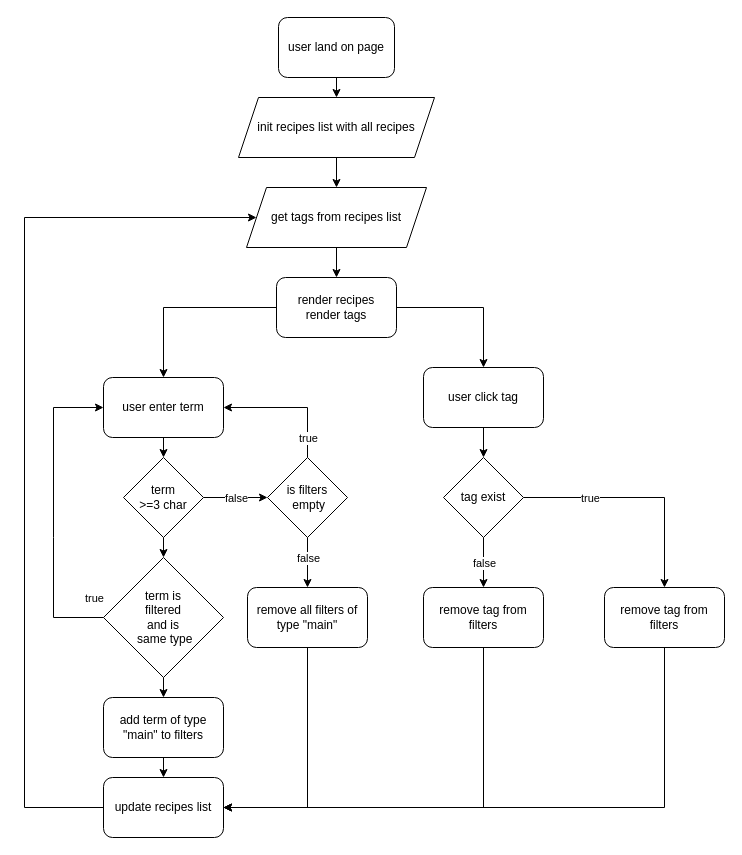
Before: mission/algorigramme.drawio in joskapotin/joskapotin_07_01102021, a draw.io diagram. Source tidied: cells renumbered, new cells numbered last; positions are measured from the earlier drawing's top-left corner, leaving out a move shared by most shapes. Both pictures are drawn from the tidied source at 100%, with x=0, y=0 at pixel (24, 17).
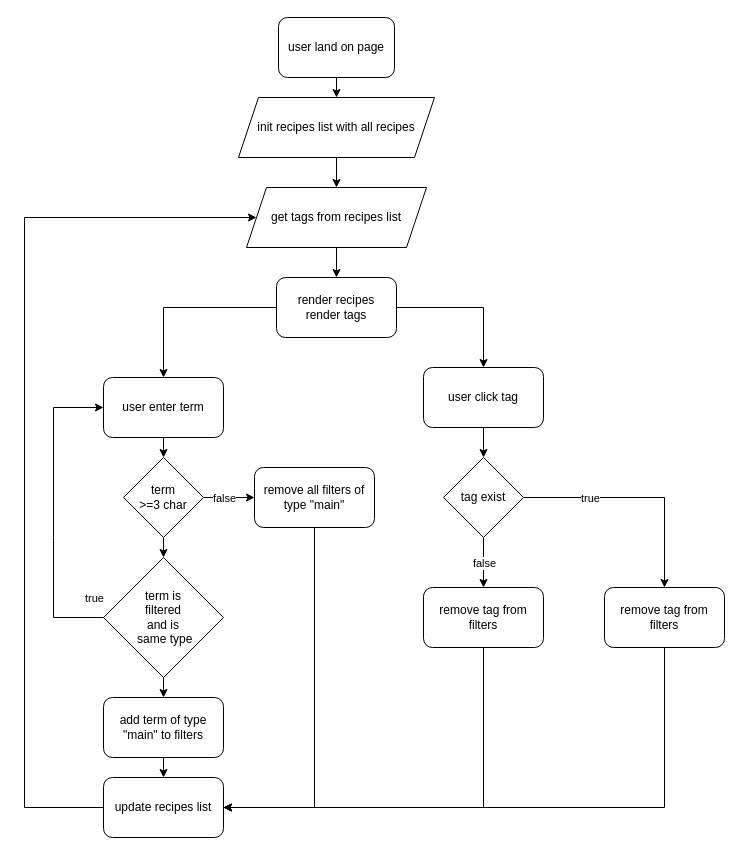
The same diagram, later.

The change refers to these unchanged cells:
```xml
<mxCell id="2" value="user enter term" style="rounded=1;whiteSpace=wrap;html=1;" parent="1" vertex="1">
  <mxGeometry x="79" y="360" width="120" height="60" as="geometry" />
</mxCell>
<mxCell id="3" value="term&lt;br&gt;&amp;gt;=3 char" style="rhombus;whiteSpace=wrap;html=1;" parent="1" vertex="1">
  <mxGeometry x="99" y="440" width="80" height="80" as="geometry" />
</mxCell>
<mxCell id="7" value="update recipes list" style="rounded=1;whiteSpace=wrap;html=1;" parent="1" vertex="1">
  <mxGeometry x="79" y="760" width="120" height="60" as="geometry" />
</mxCell>
```

What changed in the source:
```diff
@@
-    <mxCell id="14" value="is filters&lt;br&gt;&amp;nbsp;empty" style="rhombus;whiteSpace=wrap;html=1;" parent="1" vertex="1">
-      <mxGeometry x="243" y="440" width="80" height="80" as="geometry" />
-    </mxCell>
-    <mxCell id="15" style="endArrow=classic;html=1;exitX=1;exitY=0.5;exitDx=0;exitDy=0;entryX=0;entryY=0.5;entryDx=0;entryDy=0;" parent="1" edge="1" source="3" target="14">
+    <mxCell id="15" style="endArrow=classic;html=1;exitX=1;exitY=0.5;exitDx=0;exitDy=0;entryX=0;entryY=0.5;entryDx=0;entryDy=0;" parent="1" edge="1" source="3" target="17">
       <mxGeometry relative="1" as="geometry" />
     </mxCell>
     <mxCell id="16" value="false" style="edgeLabel;html=1;align=center;verticalAlign=middle;" parent="15" vertex="1">
-      <mxGeometry relative="1" as="geometry" />
+      <mxGeometry relative="1" as="geometry">
+        <mxPoint x="-6" as="offset" />
+      </mxGeometry>
     </mxCell>
     <mxCell id="17" value="remove all filters of type &quot;main&quot;" style="rounded=1;whiteSpace=wrap;html=1;" parent="1" vertex="1">
-      <mxGeometry x="223" y="570" width="120" height="60" as="geometry" />
+      <mxGeometry x="230" y="450" width="120" height="60" as="geometry" />
     </mxCell>
-    <mxCell id="18" style="endArrow=classic;html=1;exitX=0.5;exitY=1;exitDx=0;exitDy=0;entryX=0.5;entryY=0;entryDx=0;entryDy=0;" parent="1" edge="1" source="14" target="17">
-      <mxGeometry relative="1" as="geometry" />
-    </mxCell>
-    <mxCell id="19" value="false" style="edgeLabel;html=1;align=center;verticalAlign=middle;" parent="18" vertex="1">
-      <mxGeometry relative="1" as="geometry">
-        <mxPoint y="-5" as="offset" />
-      </mxGeometry>
-    </mxCell>
     <mxCell id="20" style="endArrow=classic;html=1;exitX=0.5;exitY=1;exitDx=0;exitDy=0;entryX=1;entryY=0.5;entryDx=0;entryDy=0;rounded=0;" parent="1" edge="1" source="17" target="7">
       <mxGeometry relative="1" as="geometry">
         <Array as="points">
-          <mxPoint x="283" y="790" />
+          <mxPoint x="290" y="790" />
         </Array>
       </mxGeometry>
     </mxCell>
-    <mxCell id="21" style="endArrow=classic;html=1;exitX=0.5;exitY=0;exitDx=0;exitDy=0;entryX=1;entryY=0.5;entryDx=0;entryDy=0;rounded=0;" parent="1" edge="1" source="14" target="2">
-      <mxGeometry relative="1" as="geometry">
-        <Array as="points">
-          <mxPoint x="283" y="390" />
-        </Array>
-      </mxGeometry>
-    </mxCell>
-    <mxCell id="22" value="true" style="edgeLabel;html=1;align=center;verticalAlign=middle;" parent="21" vertex="1">
-      <mxGeometry relative="1" as="geometry">
-        <mxPoint x="17" y="30" as="offset" />
-      </mxGeometry>
-    </mxCell>
```
